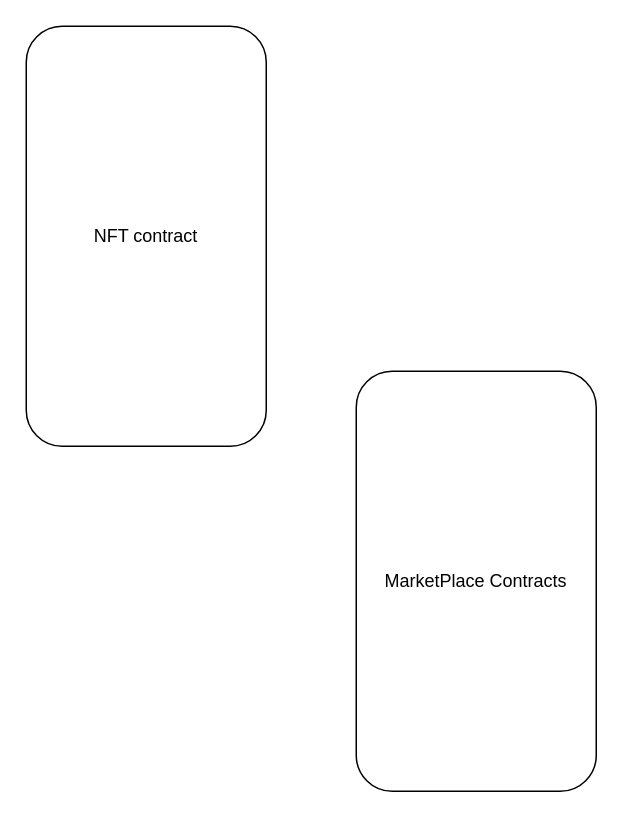
This is page "Contracts" (3 of 3) of Project.drawio from ChanX21/Project-Diagrams, a draw.io file, before an edit. Source tidied: cells renumbered, new cells numbered last; positions are measured from the earlier drawing's top-left corner, leaving out a move shared by most shapes. Both pictures are drawn from the tidied source at 150%, with x=0, y=0 at pixel (26, 26).
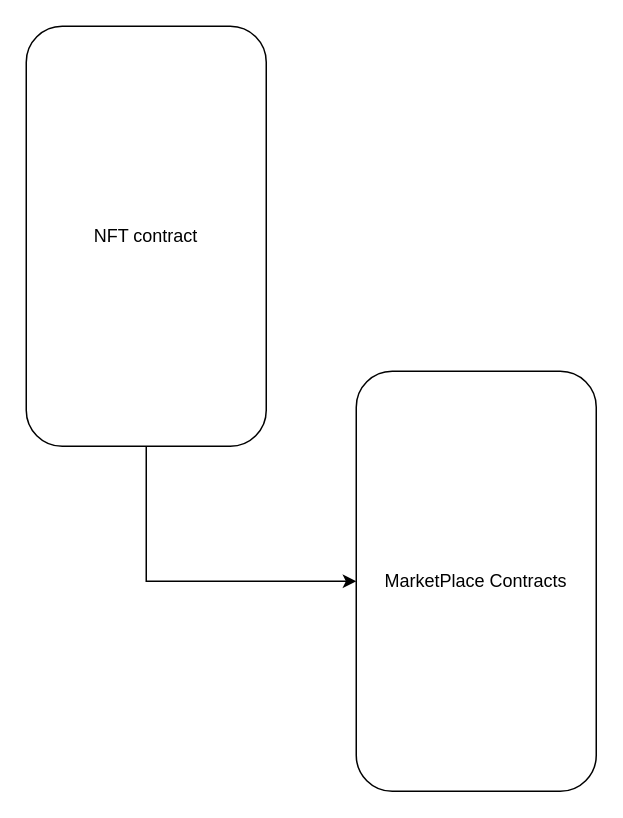
The same diagram, later.

Change to the diagram source:
```diff
@@
 <mxGraphModel>
   <root>
     <mxCell id="0" />
     <mxCell id="1" parent="0" />
     <mxCell id="2" value="MarketPlace Contracts" style="rounded=1;whiteSpace=wrap;html=1;" parent="1" vertex="1">
       <mxGeometry x="220" y="230" width="160" height="280" as="geometry" />
     </mxCell>
+    <mxCell id="4" style="edgeStyle=orthogonalEdgeStyle;rounded=0;jettySize=auto;html=1;exitX=0.5;exitY=1;exitDx=0;exitDy=0;" parent="1" edge="1" source="3" target="2">
+      <mxGeometry relative="1" as="geometry" />
+    </mxCell>
     <mxCell id="3" value="NFT contract" style="rounded=1;whiteSpace=wrap;html=1;" parent="1" vertex="1">
       <mxGeometry width="160" height="280" as="geometry" />
     </mxCell>
   </root>
 </mxGraphModel>
```
